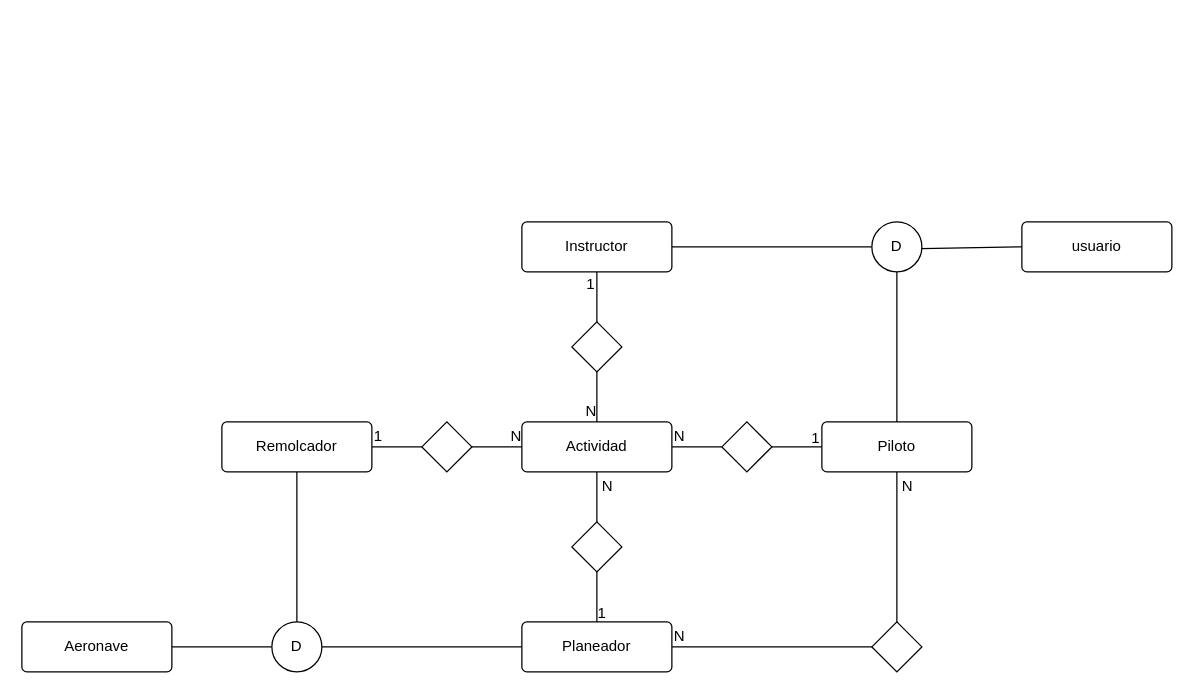
Before: doc/der.drawio in RafaelJoseCalderon/django_grupo_2, a draw.io diagram. Source tidied: cells renumbered, new cells numbered last; positions are measured from the earlier drawing's top-left corner, leaving out a move shared by most shapes. Both pictures are drawn from the tidied source at 125%, with x=0, y=0 at pixel (21, 221).
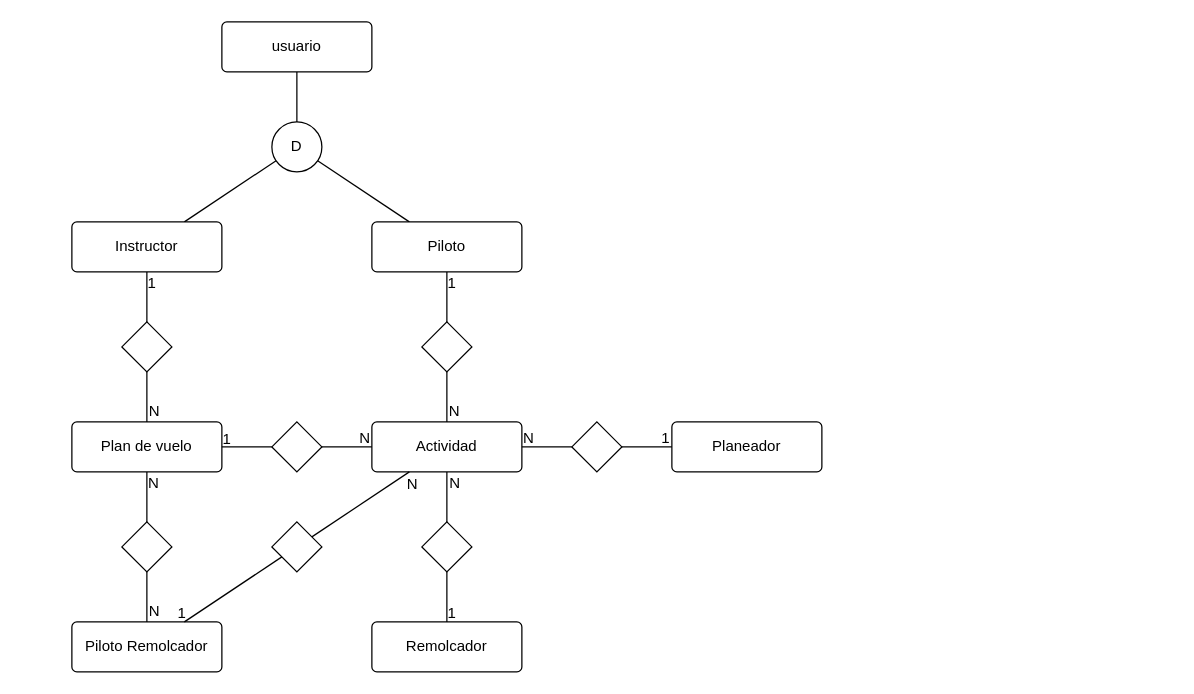
Above is the later version.

Unchanged cells that the change refers to:
```xml
<mxCell id="21" style="endArrow=none;html=1;rounded=0;shadow=0;labelBackgroundColor=none;labelBorderColor=none;sketch=0;" parent="1" edge="1" source="10" target="4">
  <mxGeometry relative="1" as="geometry" />
</mxCell>
<mxCell id="23" style="endArrow=none;html=1;rounded=0;shadow=0;labelBackgroundColor=none;labelBorderColor=none;sketch=0;" parent="1" edge="1" source="10" target="11">
  <mxGeometry relative="1" as="geometry" />
</mxCell>
<mxCell id="25" style="endArrow=none;html=1;rounded=0;shadow=0;labelBackgroundColor=none;labelBorderColor=none;sketch=0;" parent="1" edge="1" source="6" target="4">
  <mxGeometry relative="1" as="geometry" />
</mxCell>
<mxCell id="29" style="endArrow=none;html=1;rounded=0;shadow=0;labelBackgroundColor=none;labelBorderColor=none;sketch=0;align=center;verticalAlign=top;" parent="1" edge="1" source="3" target="4">
  <mxGeometry relative="1" as="geometry" />
</mxCell>
<mxCell id="31" style="endArrow=none;html=1;rounded=0;shadow=0;labelBackgroundColor=none;labelBorderColor=none;sketch=0;" parent="1" edge="1" source="6" target="5">
  <mxGeometry relative="1" as="geometry" />
</mxCell>
<mxCell id="33" style="endArrow=none;html=1;rounded=0;shadow=0;labelBackgroundColor=none;labelBorderColor=none;sketch=0;" parent="1" edge="1" source="7" target="9">
  <mxGeometry relative="1" as="geometry" />
</mxCell>
```

The edit, as a diff of the source:
```diff
@@
-    <mxCell id="2" value="Planeador" style="rounded=1;arcSize=10;whiteSpace=wrap;html=1;align=center;" parent="1" vertex="1">
-      <mxGeometry x="400" y="320" width="120" height="40" as="geometry" />
+    <mxCell id="2" value="Remolcador" style="rounded=1;arcSize=10;whiteSpace=wrap;html=1;align=center;" parent="1" vertex="1">
+      <mxGeometry x="280" y="320" width="120" height="40" as="geometry" />
     </mxCell>
     <mxCell id="3" style="shape=rhombus;perimeter=rhombusPerimeter;whiteSpace=wrap;html=1;align=center;" parent="1" vertex="1">
-      <mxGeometry x="440" y="240" width="40" height="40" as="geometry" />
+      <mxGeometry x="320" y="240" width="40" height="40" as="geometry" />
     </mxCell>
     <mxCell id="4" value="Actividad" style="rounded=1;arcSize=10;whiteSpace=wrap;html=1;align=center;" parent="1" vertex="1">
-      <mxGeometry x="400" y="160" width="120" height="40" as="geometry" />
+      <mxGeometry x="280" y="160" width="120" height="40" as="geometry" />
     </mxCell>
-    <mxCell id="5" value="Instructor" style="rounded=1;arcSize=10;whiteSpace=wrap;html=1;align=center;" parent="1" vertex="1">
-      <mxGeometry x="400" width="120" height="40" as="geometry" />
+    <mxCell id="5" value="Plan de vuelo" style="rounded=1;arcSize=10;whiteSpace=wrap;html=1;align=center;" parent="1" vertex="1">
+      <mxGeometry x="40" y="160" width="120" height="40" as="geometry" />
     </mxCell>
     <mxCell id="6" style="shape=rhombus;perimeter=rhombusPerimeter;whiteSpace=wrap;html=1;align=center;" parent="1" vertex="1">
-      <mxGeometry x="440" y="80" width="40" height="40" as="geometry" />
+      <mxGeometry x="200" y="160" width="40" height="40" as="geometry" />
     </mxCell>
     <mxCell id="7" style="shape=rhombus;perimeter=rhombusPerimeter;whiteSpace=wrap;html=1;align=center;" parent="1" vertex="1">
-      <mxGeometry x="560" y="160" width="40" height="40" as="geometry" />
+      <mxGeometry x="320" y="80" width="40" height="40" as="geometry" />
     </mxCell>
@@
     <mxCell id="9" value="Piloto" style="rounded=1;arcSize=10;whiteSpace=wrap;html=1;align=center;" parent="1" vertex="1">
-      <mxGeometry x="640" y="160" width="120" height="40" as="geometry" />
+      <mxGeometry x="280" width="120" height="40" as="geometry" />
     </mxCell>
     <mxCell id="10" style="shape=rhombus;perimeter=rhombusPerimeter;whiteSpace=wrap;html=1;align=center;labelBorderColor=default;shadow=0;rounded=0;" parent="1" vertex="1">
-      <mxGeometry x="320" y="160" width="40" height="40" as="geometry" />
+      <mxGeometry x="440" y="160" width="40" height="40" as="geometry" />
     </mxCell>
-    <mxCell id="11" value="Remolcador" style="rounded=1;arcSize=10;whiteSpace=wrap;html=1;align=center;" parent="1" vertex="1">
-      <mxGeometry x="160" y="160" width="120" height="40" as="geometry" />
+    <mxCell id="11" value="Planeador" style="rounded=1;arcSize=10;whiteSpace=wrap;html=1;align=center;" parent="1" vertex="1">
+      <mxGeometry x="520" y="160" width="120" height="40" as="geometry" />
     </mxCell>
     <mxCell id="12" value="usuario" style="rounded=1;arcSize=10;whiteSpace=wrap;html=1;align=center;" parent="1" vertex="1">
-      <mxGeometry x="800" width="120" height="40" as="geometry" />
+      <mxGeometry x="160" y="-160" width="120" height="40" as="geometry" />
     </mxCell>
-    <mxCell id="13" style="edgeStyle=none;html=1;endArrow=none;endFill=0;" parent="1" edge="1" source="15" target="5">
+    <mxCell id="13" style="edgeStyle=none;html=1;endArrow=none;endFill=0;" parent="1" edge="1" source="15" target="42">
       <mxGeometry relative="1" as="geometry" />
     </mxCell>
@@
     <mxCell id="15" value="D" style="ellipse;whiteSpace=wrap;html=1;align=center;" parent="1" vertex="1">
-      <mxGeometry x="680" width="40" height="40" as="geometry" />
+      <mxGeometry x="200" y="-80" width="40" height="40" as="geometry" />
     </mxCell>
-    <mxCell id="16" value="Aeronave" style="rounded=1;arcSize=10;whiteSpace=wrap;html=1;align=center;" parent="1" vertex="1">
-      <mxGeometry y="320" width="120" height="40" as="geometry" />
-    </mxCell>
-    <mxCell id="17" style="edgeStyle=none;html=1;endArrow=none;endFill=0;" parent="1" edge="1" source="20" target="2">
-      <mxGeometry relative="1" as="geometry" />
-    </mxCell>
-    <mxCell id="18" style="edgeStyle=none;html=1;endArrow=none;endFill=0;" parent="1" edge="1" source="20" target="11">
-      <mxGeometry relative="1" as="geometry" />
-    </mxCell>
-    <mxCell id="19" style="edgeStyle=none;html=1;endArrow=none;endFill=0;" parent="1" edge="1" source="20" target="16">
-      <mxGeometry relative="1" as="geometry" />
-    </mxCell>
-    <mxCell id="20" value="D" style="ellipse;whiteSpace=wrap;html=1;align=center;" parent="1" vertex="1">
-      <mxGeometry x="200" y="320" width="40" height="40" as="geometry" />
-    </mxCell>
@@
     <mxCell id="22" value="N" style="html=1;align=right;verticalAlign=bottom;rounded=0;shadow=0;labelBorderColor=none;sketch=0;" parent="21" vertex="1">
-      <mxGeometry x="1" relative="1" as="geometry" />
+      <mxGeometry x="1" relative="1" as="geometry">
+        <mxPoint x="10" y="1" as="offset" />
+      </mxGeometry>
     </mxCell>
@@
     <mxCell id="24" value="1" style="html=1;align=left;verticalAlign=bottom;rounded=0;shadow=0;labelBorderColor=none;sketch=0;" parent="23" vertex="1">
-      <mxGeometry x="1" relative="1" as="geometry" />
+      <mxGeometry x="1" relative="1" as="geometry">
+        <mxPoint x="-10" y="1" as="offset" />
+      </mxGeometry>
     </mxCell>
@@
     <mxCell id="26" value="N" style="html=1;align=right;verticalAlign=bottom;rounded=0;shadow=0;labelBorderColor=none;sketch=0;" parent="25" vertex="1">
-      <mxGeometry x="1" relative="1" as="geometry" />
+      <mxGeometry x="1" relative="1" as="geometry">
+        <mxPoint x="-1" y="1" as="offset" />
+      </mxGeometry>
     </mxCell>
@@
     <mxCell id="30" value="N" style="html=1;align=right;verticalAlign=bottom;rounded=0;shadow=0;labelBorderColor=none;sketch=0;" parent="29" vertex="1">
       <mxGeometry x="1" relative="1" as="geometry">
-        <mxPoint x="13" y="20" as="offset" />
+        <mxPoint x="11" y="17" as="offset" />
       </mxGeometry>
     </mxCell>
@@
     <mxCell id="32" value="1" style="html=1;align=left;verticalAlign=bottom;rounded=0;shadow=0;labelBorderColor=none;sketch=0;" parent="31" vertex="1">
       <mxGeometry x="1" relative="1" as="geometry">
-        <mxPoint x="-10" y="18" as="offset" />
+        <mxPoint x="-1" y="2" as="offset" />
       </mxGeometry>
     </mxCell>
@@
     <mxCell id="34" value="1" style="html=1;align=left;verticalAlign=bottom;rounded=0;shadow=0;labelBorderColor=none;sketch=0;" parent="33" vertex="1">
       <mxGeometry x="1" relative="1" as="geometry">
-        <mxPoint x="-10" y="1" as="offset" />
+        <mxPoint x="-1" y="17" as="offset" />
       </mxGeometry>
     </mxCell>
@@
-    <mxCell id="37" style="shape=rhombus;perimeter=rhombusPerimeter;whiteSpace=wrap;html=1;align=center;" parent="1" vertex="1">
-      <mxGeometry x="680" y="320" width="40" height="40" as="geometry" />
-    </mxCell>
-    <mxCell id="38" style="endArrow=none;html=1;rounded=0;shadow=0;labelBackgroundColor=none;labelBorderColor=none;sketch=0;align=center;verticalAlign=top;" parent="1" edge="1" source="37" target="9">
-      <mxGeometry relative="1" as="geometry" />
-    </mxCell>
-    <mxCell id="39" value="N" style="html=1;align=right;verticalAlign=bottom;rounded=0;shadow=0;labelBorderColor=none;sketch=0;" parent="38" vertex="1">
-      <mxGeometry x="1" relative="1" as="geometry">
-        <mxPoint x="13" y="20" as="offset" />
-      </mxGeometry>
-    </mxCell>
-    <mxCell id="40" style="endArrow=none;html=1;rounded=0;shadow=0;labelBackgroundColor=none;labelBorderColor=none;sketch=0;" parent="1" edge="1" source="37" target="2">
-      <mxGeometry relative="1" as="geometry" />
-    </mxCell>
-    <mxCell id="41" value="N" style="html=1;align=left;verticalAlign=bottom;rounded=0;shadow=0;labelBorderColor=none;sketch=0;" parent="40" vertex="1">
-      <mxGeometry x="1" relative="1" as="geometry" />
-    </mxCell>
+    <mxCell id="42" value="Instructor" style="rounded=1;arcSize=10;whiteSpace=wrap;html=1;align=center;" parent="1" vertex="1">
+      <mxGeometry x="40" width="120" height="40" as="geometry" />
+    </mxCell>
+    <mxCell id="43" style="shape=rhombus;perimeter=rhombusPerimeter;whiteSpace=wrap;html=1;align=center;" parent="1" vertex="1">
+      <mxGeometry x="80" y="80" width="40" height="40" as="geometry" />
+    </mxCell>
+    <mxCell id="44" value="Piloto Remolcador" style="rounded=1;arcSize=10;whiteSpace=wrap;html=1;align=center;" parent="1" vertex="1">
+      <mxGeometry x="40" y="320" width="120" height="40" as="geometry" />
+    </mxCell>
+    <mxCell id="45" style="shape=rhombus;perimeter=rhombusPerimeter;whiteSpace=wrap;html=1;align=center;labelBorderColor=default;shadow=0;rounded=0;" parent="1" vertex="1">
+      <mxGeometry x="80" y="240" width="40" height="40" as="geometry" />
+    </mxCell>
+    <mxCell id="46" style="endArrow=none;html=1;rounded=0;shadow=0;labelBackgroundColor=none;labelBorderColor=none;sketch=0;" parent="1" edge="1" source="45" target="5">
+      <mxGeometry relative="1" as="geometry" />
+    </mxCell>
+    <mxCell id="47" value="N" style="html=1;align=right;verticalAlign=bottom;rounded=0;shadow=0;labelBorderColor=none;sketch=0;" parent="46" vertex="1">
+      <mxGeometry x="1" relative="1" as="geometry">
+        <mxPoint x="10" y="17" as="offset" />
+      </mxGeometry>
+    </mxCell>
+    <mxCell id="48" style="endArrow=none;html=1;rounded=0;shadow=0;labelBackgroundColor=none;labelBorderColor=none;sketch=0;" parent="1" edge="1" source="45" target="44">
+      <mxGeometry relative="1" as="geometry" />
+    </mxCell>
+    <mxCell id="49" value="N" style="html=1;align=left;verticalAlign=bottom;rounded=0;shadow=0;labelBorderColor=none;sketch=0;" parent="48" vertex="1">
+      <mxGeometry x="1" relative="1" as="geometry" />
+    </mxCell>
+    <mxCell id="50" style="endArrow=none;html=1;rounded=0;shadow=0;labelBackgroundColor=none;labelBorderColor=none;sketch=0;" parent="1" edge="1" source="43" target="5">
+      <mxGeometry relative="1" as="geometry" />
+    </mxCell>
+    <mxCell id="51" value="N" style="html=1;align=left;verticalAlign=bottom;rounded=0;shadow=0;labelBorderColor=none;sketch=0;" parent="50" vertex="1">
+      <mxGeometry x="1" relative="1" as="geometry" />
+    </mxCell>
+    <mxCell id="52" style="endArrow=none;html=1;rounded=0;shadow=0;labelBackgroundColor=none;labelBorderColor=none;sketch=0;" parent="1" edge="1" source="43" target="42">
+      <mxGeometry relative="1" as="geometry" />
+    </mxCell>
+    <mxCell id="53" value="1" style="html=1;align=left;verticalAlign=bottom;rounded=0;shadow=0;labelBorderColor=none;sketch=0;" parent="52" vertex="1">
+      <mxGeometry x="1" relative="1" as="geometry">
+        <mxPoint x="-1" y="17" as="offset" />
+      </mxGeometry>
+    </mxCell>
+    <mxCell id="54" style="shape=rhombus;perimeter=rhombusPerimeter;whiteSpace=wrap;html=1;align=center;" parent="1" vertex="1">
+      <mxGeometry x="200" y="240" width="40" height="40" as="geometry" />
+    </mxCell>
+    <mxCell id="55" style="endArrow=none;html=1;rounded=0;shadow=0;labelBackgroundColor=none;labelBorderColor=none;sketch=0;" parent="1" edge="1" source="54" target="4">
+      <mxGeometry relative="1" as="geometry" />
+    </mxCell>
+    <mxCell id="56" value="N" style="html=1;align=right;verticalAlign=bottom;rounded=0;shadow=0;labelBorderColor=none;sketch=0;" parent="55" vertex="1">
+      <mxGeometry x="1" relative="1" as="geometry">
+        <mxPoint x="7" y="18" as="offset" />
+      </mxGeometry>
+    </mxCell>
+    <mxCell id="57" style="endArrow=none;html=1;rounded=0;shadow=0;labelBackgroundColor=none;labelBorderColor=none;sketch=0;" parent="1" edge="1" source="54" target="44">
+      <mxGeometry relative="1" as="geometry" />
+    </mxCell>
+    <mxCell id="58" value="1" style="html=1;align=left;verticalAlign=bottom;rounded=0;shadow=0;labelBorderColor=none;sketch=0;" parent="57" vertex="1">
+      <mxGeometry x="1" relative="1" as="geometry">
+        <mxPoint x="-7" y="1" as="offset" />
+      </mxGeometry>
+    </mxCell>
```
